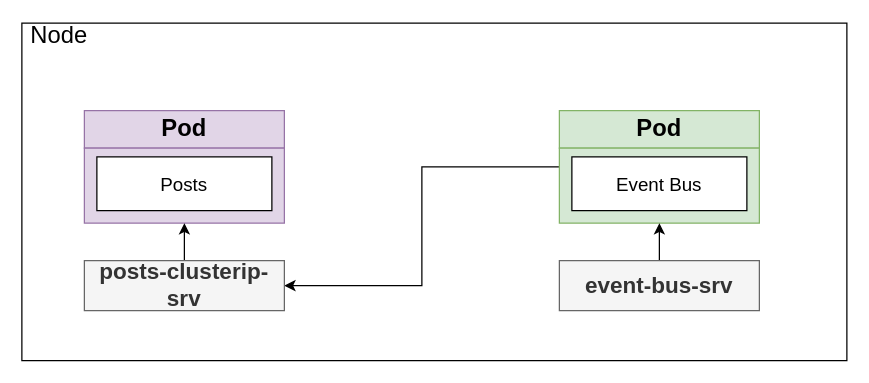
nagcloudlab/batch2 keeps this draw.io diagram as page "21 - cluster" (21 of 22) of week-8/microservices/diagrams/04/02.drawio. Above is the earlier version. Source tidied: cells renumbered, new cells numbered last; positions are measured from the earlier drawing's top-left corner, leaving out a move shared by most shapes. Both pictures are drawn from the tidied source at 125%, with x=0, y=0 at pixel (21, 22).
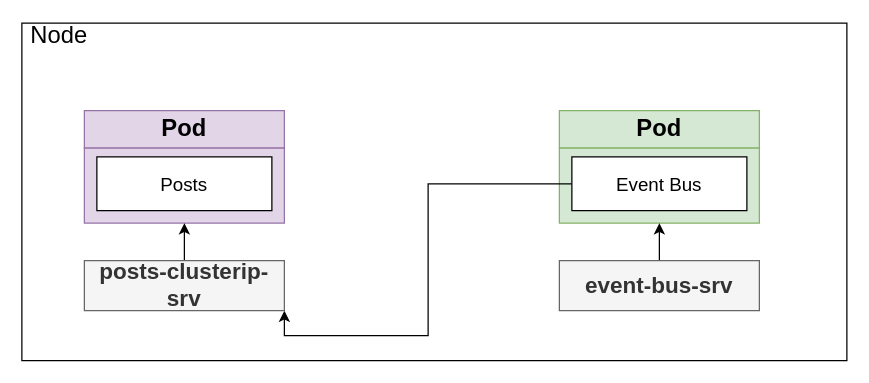
After the change.

Diff of the diagram source:
```diff
@@
 <mxGraphModel>
   <root>
     <mxCell id="0" />
     <mxCell id="1" parent="0" />
     <mxCell id="2" style="rounded=0;whiteSpace=wrap;html=1;fontSize=16;fontColor=#000000;" parent="1" vertex="1">
       <mxGeometry width="660" height="270" as="geometry" />
     </mxCell>
     <mxCell id="3" value="&lt;span&gt;Node&lt;/span&gt;" style="text;html=1;strokeColor=none;fillColor=none;align=center;verticalAlign=middle;whiteSpace=wrap;rounded=0;fontSize=19;fontColor=#000000;fontStyle=0;" parent="1" vertex="1">
       <mxGeometry x="10" width="40" height="20" as="geometry" />
     </mxCell>
     <mxCell id="4" value="Pod" style="rounded=0;whiteSpace=wrap;html=1;fontSize=19;fillColor=#e1d5e7;strokeColor=#9673a6;fontStyle=1;" parent="1" vertex="1">
       <mxGeometry x="50" y="70" width="160" height="30" as="geometry" />
     </mxCell>
     <mxCell id="5" style="rounded=0;whiteSpace=wrap;html=1;fontSize=19;fillColor=#e1d5e7;strokeColor=#9673a6;fontStyle=1;" parent="1" vertex="1">
       <mxGeometry x="50" y="100" width="160" height="60" as="geometry" />
     </mxCell>
     <mxCell id="6" value="Posts" style="rounded=0;whiteSpace=wrap;html=1;fontSize=15;fontColor=#000000;" parent="1" vertex="1">
       <mxGeometry x="60" y="107" width="140" height="43" as="geometry" />
     </mxCell>
     <mxCell id="7" value="Pod" style="rounded=0;whiteSpace=wrap;html=1;fontSize=19;fillColor=#d5e8d4;strokeColor=#82b366;fontStyle=1;" parent="1" vertex="1">
       <mxGeometry x="430" y="70" width="160" height="30" as="geometry" />
     </mxCell>
-    <mxCell id="8" style="edgeStyle=orthogonalEdgeStyle;rounded=0;jettySize=auto;html=1;exitX=0;exitY=0.25;exitDx=0;exitDy=0;entryX=1;entryY=0.5;entryDx=0;entryDy=0;fontSize=14;fontColor=#000000;" parent="1" edge="1" source="9" target="12">
-      <mxGeometry relative="1" as="geometry" />
-    </mxCell>
     <mxCell id="9" style="rounded=0;whiteSpace=wrap;html=1;fontSize=19;fillColor=#d5e8d4;strokeColor=#82b366;fontStyle=1;" parent="1" vertex="1">
       <mxGeometry x="430" y="100" width="160" height="60" as="geometry" />
     </mxCell>
+    <mxCell id="15" style="edgeStyle=orthogonalEdgeStyle;rounded=0;jettySize=auto;html=1;exitX=0;exitY=0.5;exitDx=0;exitDy=0;entryX=1;entryY=1;entryDx=0;entryDy=0;" parent="1" edge="1" source="10" target="12">
+      <mxGeometry relative="1" as="geometry" />
+    </mxCell>
     <mxCell id="10" value="Event Bus" style="rounded=0;whiteSpace=wrap;html=1;fontSize=15;fontColor=#000000;" parent="1" vertex="1">
       <mxGeometry x="440" y="107" width="140" height="43" as="geometry" />
     </mxCell>
     <mxCell id="11" style="edgeStyle=orthogonalEdgeStyle;rounded=0;jettySize=auto;html=1;exitX=0.5;exitY=0;exitDx=0;exitDy=0;entryX=0.5;entryY=1;entryDx=0;entryDy=0;fontSize=16;fontColor=#000000;" parent="1" edge="1" source="12" target="5">
       <mxGeometry relative="1" as="geometry" />
     </mxCell>
     <mxCell id="12" value="posts-clusterip-srv" style="rounded=0;whiteSpace=wrap;html=1;fontSize=18;fontColor=#333333;align=center;fillColor=#f5f5f5;strokeColor=#666666;fontStyle=1;" parent="1" vertex="1">
       <mxGeometry x="50" y="190" width="160" height="40" as="geometry" />
     </mxCell>
     <mxCell id="13" style="edgeStyle=orthogonalEdgeStyle;rounded=0;jettySize=auto;html=1;exitX=0.5;exitY=0;exitDx=0;exitDy=0;entryX=0.5;entryY=1;entryDx=0;entryDy=0;fontSize=16;fontColor=#000000;" parent="1" edge="1" source="14" target="9">
       <mxGeometry relative="1" as="geometry" />
     </mxCell>
     <mxCell id="14" value="event-bus-srv" style="rounded=0;whiteSpace=wrap;html=1;fontSize=18;fontColor=#333333;align=center;fillColor=#f5f5f5;strokeColor=#666666;fontStyle=1;" parent="1" vertex="1">
       <mxGeometry x="430" y="190" width="160" height="40" as="geometry" />
     </mxCell>
   </root>
 </mxGraphModel>
```
